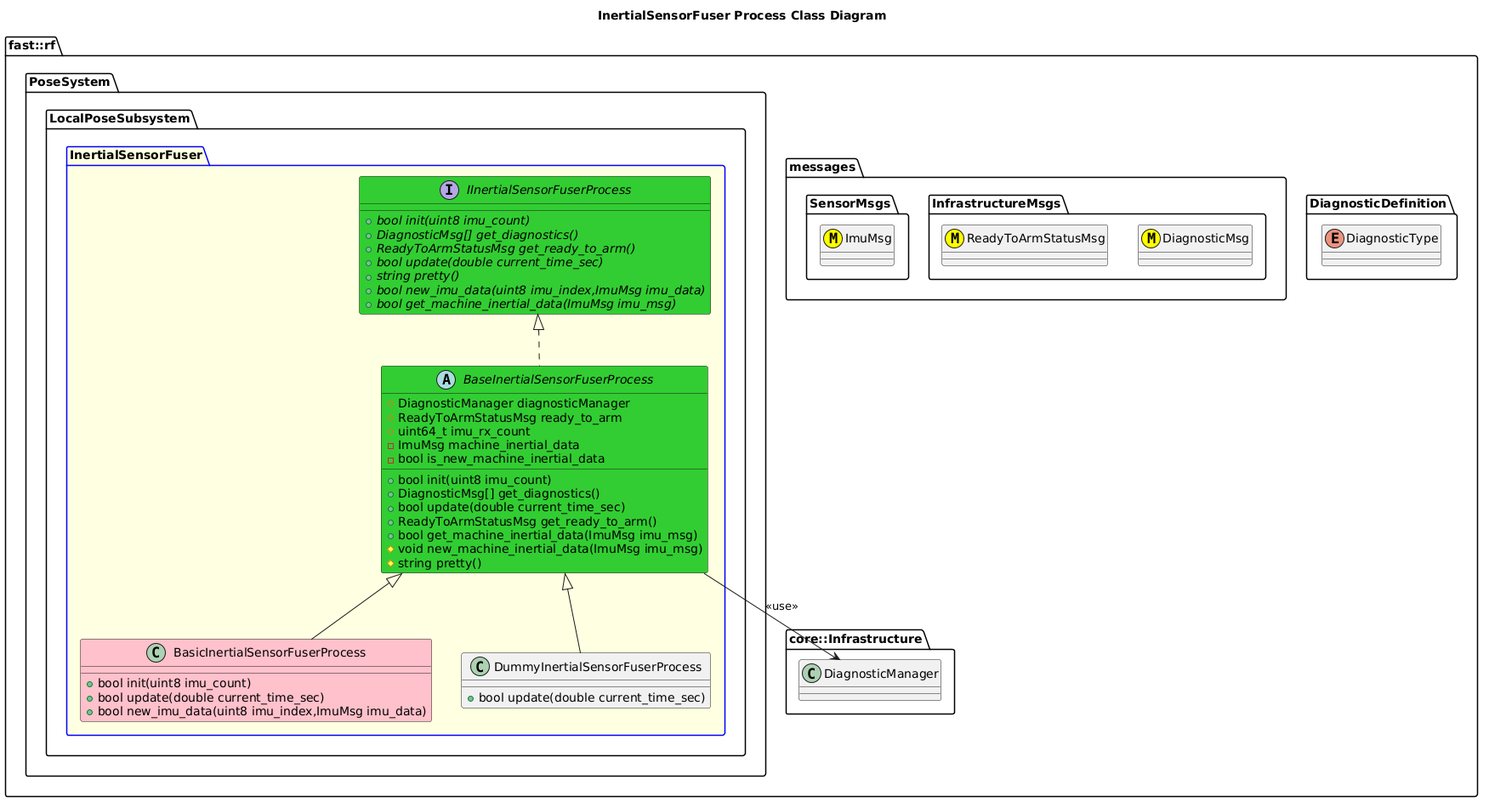
The PlantUML diagram Systems/Pose/Subsystems/LocalPose/Processes/InertialSensorFuser/doc/puml/InertialSensorFuserProcessClassDiagram.png in fastrobotics/robot_framework, before a commit.
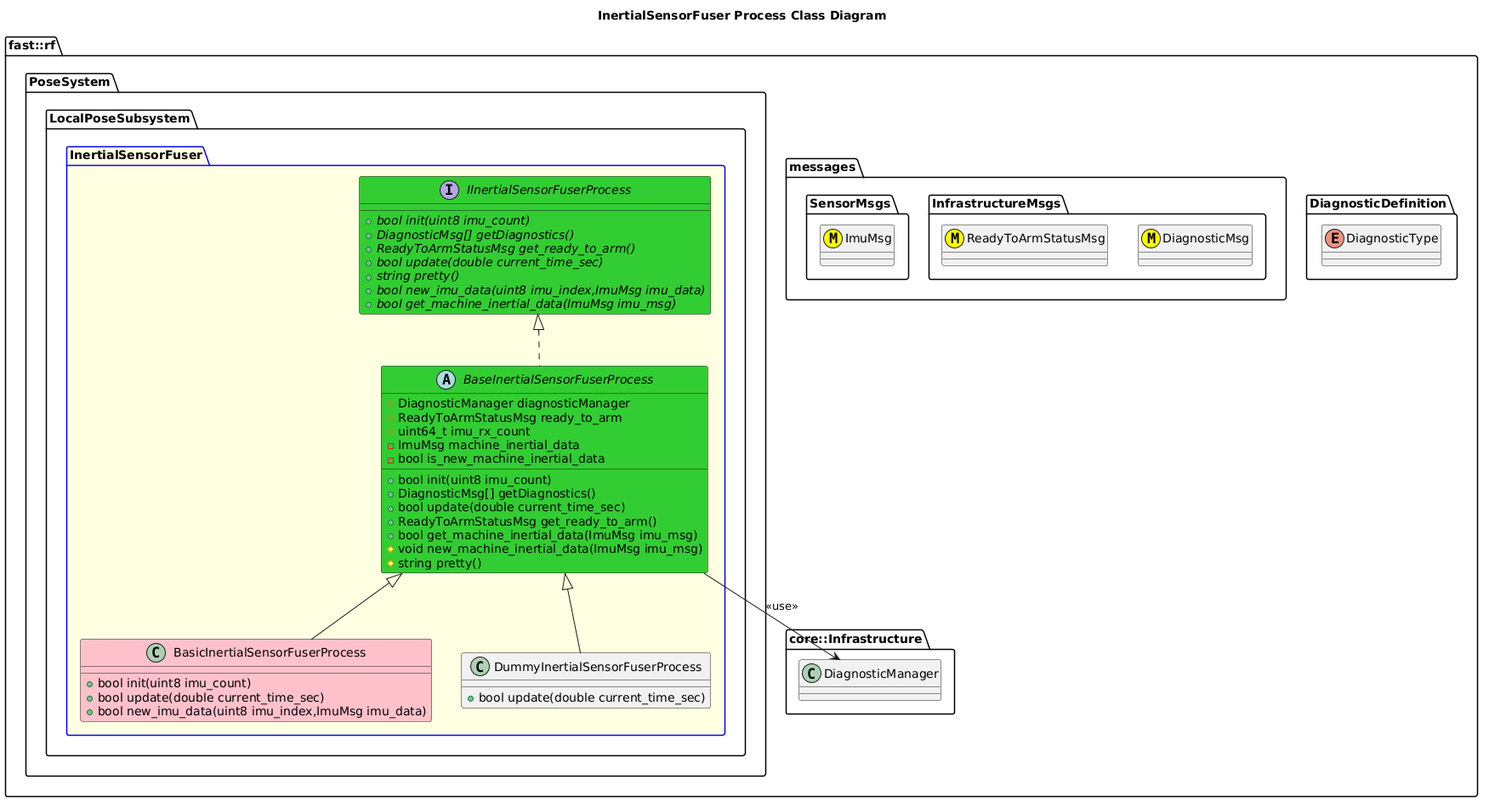
After the commit.

Change to the diagram source:
```diff
@@ -22,7 +22,7 @@
       package InertialSensorFuser #LightYellow;line:blue {
         interface IInertialSensorFuserProcess #LimeGreen {
           +{abstract} bool init(uint8 imu_count)
-          +{abstract} DiagnosticMsg[] get_diagnostics()
+          +{abstract} DiagnosticMsg[] getDiagnostics()
           +{abstract} ReadyToArmStatusMsg get_ready_to_arm()
           +{abstract} bool update(double current_time_sec)
           +{abstract} string pretty()
@@ -31,7 +31,7 @@
         }
         abstract BaseInertialSensorFuserProcess #LimeGreen {
           +bool init(uint8 imu_count)
-          +DiagnosticMsg[] get_diagnostics()
+          +DiagnosticMsg[] getDiagnostics()
           +bool update(double current_time_sec)
           +ReadyToArmStatusMsg get_ready_to_arm()
           +bool get_machine_inertial_data(ImuMsg imu_msg)
```
